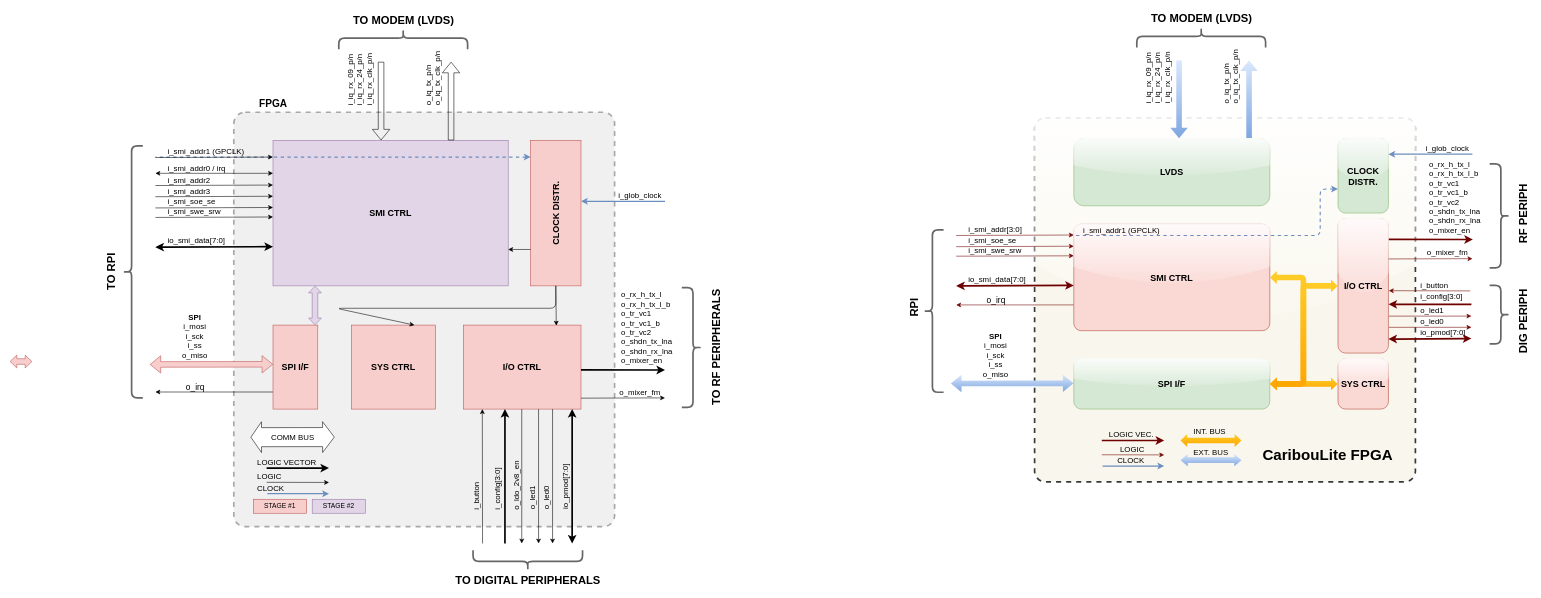
Earlier version of the draw.io diagram page "Internal Blocks" (2 of 3) of docs/fpga/FPGA_diagram.drawio (cariboulabs/cariboulite). Source tidied: cells renumbered, new cells numbered last; positions are measured from the earlier drawing's top-left corner, leaving out a move shared by most shapes. Both pictures are drawn from the tidied source at 56%, with x=0, y=0 at pixel (10, -27).
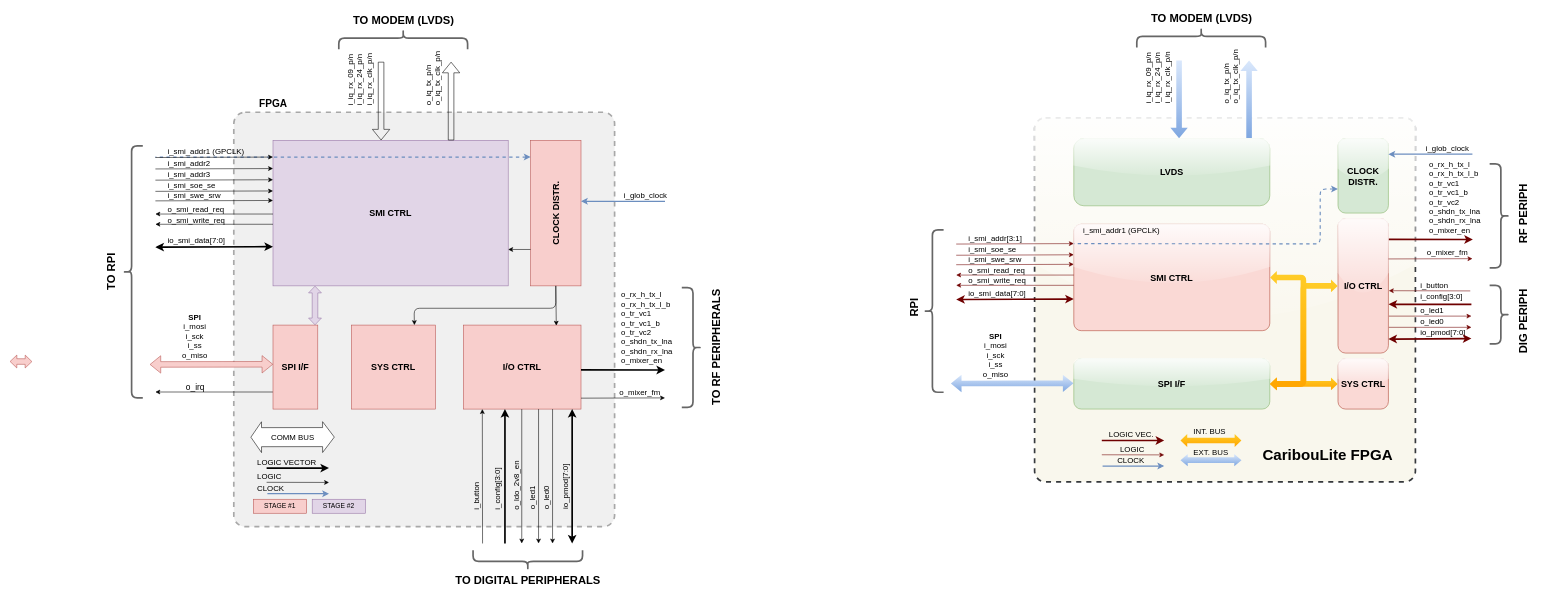
After the change.

Unchanged cells that the change refers to:
```xml
<mxCell id="4" value="&lt;font style=&quot;font-size: 16px&quot;&gt;SYS CTRL&lt;/font&gt;" style="rounded=0;whiteSpace=wrap;html=1;fontSize=14;labelBackgroundColor=none;fontStyle=1;fillColor=#f8cecc;strokeColor=#b85450;" parent="1" vertex="1">
  <mxGeometry x="610" y="628" width="150" height="150" as="geometry" />
</mxCell>
<mxCell id="18" value="&lt;span style=&quot;font-size: 16px&quot;&gt;CLOCK DISTR.&lt;/span&gt;" style="rounded=0;whiteSpace=wrap;html=1;fontSize=14;labelBackgroundColor=none;horizontal=0;fontStyle=1;fillColor=#f8cecc;strokeColor=#b85450;" parent="1" vertex="1">
  <mxGeometry x="930" y="298" width="90" height="260" as="geometry" />
</mxCell>
<mxCell id="85" value="&lt;span style=&quot;font-size: 16px&quot;&gt;CLOCK DISTR.&lt;/span&gt;" style="rounded=1;whiteSpace=wrap;html=1;fontSize=14;labelBackgroundColor=none;horizontal=1;fontStyle=1;fillColor=#d5e8d4;strokeColor=#82b366;glass=1;" parent="1" vertex="1">
  <mxGeometry x="2371.8" y="295" width="90" height="133" as="geometry" />
</mxCell>
<mxCell id="121" value="&lt;font style=&quot;font-size: 16px&quot;&gt;SMI CTRL&lt;/font&gt;" style="rounded=1;whiteSpace=wrap;html=1;fontSize=14;labelBackgroundColor=none;fontStyle=1;fillColor=#fad9d5;strokeColor=#ae4132;glass=1;arcSize=7;" parent="1" vertex="1">
  <mxGeometry x="1900" y="448" width="350" height="190" as="geometry" />
</mxCell>
```

What changed in the source:
```diff
@@
     <mxCell id="20" value="i_glob_clock" style="text;html=1;align=center;verticalAlign=middle;fontSize=14;labelBackgroundColor=none;" parent="1" vertex="1">
-      <mxGeometry x="1080" y="386" width="90" height="20" as="geometry" />
+      <mxGeometry x="1090" y="385.5" width="90" height="20" as="geometry" />
     </mxCell>
@@
-    <mxCell id="26" value="&lt;span style=&quot;color: rgb(0 , 0 , 0) ; font-family: &amp;#34;helvetica&amp;#34; ; font-size: 14px ; font-style: normal ; font-weight: 400 ; letter-spacing: normal ; text-align: center ; text-indent: 0px ; text-transform: none ; word-spacing: 0px ; display: inline ; float: none&quot;&gt;i_smi_addr0 / irq&lt;/span&gt;" style="text;whiteSpace=wrap;html=1;fontSize=14;labelBackgroundColor=none;" parent="1" vertex="1">
-      <mxGeometry x="280" y="333" width="130" height="14.5" as="geometry" />
+    <mxCell id="26" value="&lt;span style=&quot;color: rgb(0 , 0 , 0) ; font-family: &amp;#34;helvetica&amp;#34; ; font-size: 14px ; font-style: normal ; font-weight: 400 ; letter-spacing: normal ; text-align: center ; text-indent: 0px ; text-transform: none ; word-spacing: 0px ; display: inline ; float: none&quot;&gt;o_smi_read_req&lt;/span&gt;" style="text;whiteSpace=wrap;html=1;fontSize=14;labelBackgroundColor=none;" parent="1" vertex="1">
+      <mxGeometry x="280" y="405.5" width="130" height="22.2" as="geometry" />
     </mxCell>
     <mxCell id="27" value="&lt;span style=&quot;color: rgb(0, 0, 0); font-family: helvetica; font-size: 14px; font-style: normal; font-weight: 400; letter-spacing: normal; text-align: center; text-indent: 0px; text-transform: none; word-spacing: 0px; display: inline; float: none;&quot;&gt;i_smi_addr2&lt;/span&gt;" style="text;whiteSpace=wrap;html=1;fontSize=14;labelBackgroundColor=none;" parent="1" vertex="1">
-      <mxGeometry x="280" y="353.5" width="130" height="21" as="geometry" />
+      <mxGeometry x="280" y="324" width="130" height="21" as="geometry" />
     </mxCell>
     <mxCell id="28" value="&lt;span style=&quot;color: rgb(0, 0, 0); font-family: helvetica; font-size: 14px; font-style: normal; font-weight: 400; letter-spacing: normal; text-align: center; text-indent: 0px; text-transform: none; word-spacing: 0px; display: inline; float: none;&quot;&gt;i_smi_addr3&lt;/span&gt;" style="text;whiteSpace=wrap;html=1;fontSize=14;labelBackgroundColor=none;" parent="1" vertex="1">
-      <mxGeometry x="280" y="373.5" width="130" height="21" as="geometry" />
+      <mxGeometry x="280" y="344" width="130" height="21" as="geometry" />
     </mxCell>
     <mxCell id="29" value="i_smi_swe_srw" style="text;html=1;align=left;verticalAlign=middle;fontSize=14;labelBackgroundColor=none;" parent="1" vertex="1">
-      <mxGeometry x="280" y="415" width="110" height="20" as="geometry" />
+      <mxGeometry x="280" y="385.5" width="110" height="20" as="geometry" />
     </mxCell>
     <mxCell id="30" value="i_smi_soe_se" style="text;html=1;align=left;verticalAlign=middle;fontSize=14;labelBackgroundColor=none;" parent="1" vertex="1">
-      <mxGeometry x="280" y="398" width="100" height="20" as="geometry" />
+      <mxGeometry x="280" y="368.5" width="100" height="20" as="geometry" />
     </mxCell>
@@
-    <mxCell id="34" style="endArrow=classic;html=1;startArrow=classic;startFill=1;endFill=1;fontSize=14;labelBackgroundColor=none;" parent="1" edge="1">
+    <mxCell id="34" style="endArrow=classic;html=1;startArrow=none;startFill=0;endFill=1;fontSize=14;labelBackgroundColor=none;" parent="1" edge="1">
       <mxGeometry relative="1" as="geometry">
-        <mxPoint x="470" y="357" as="sourcePoint" />
-        <mxPoint x="260" y="357" as="targetPoint" />
+        <mxPoint x="470" y="429.7" as="sourcePoint" />
+        <mxPoint x="260" y="429.7" as="targetPoint" />
       </mxGeometry>
     </mxCell>
     <mxCell id="35" style="endArrow=none;html=1;startArrow=classic;startFill=1;endFill=0;entryX=0;entryY=0.25;entryDx=0;entryDy=0;fontSize=14;labelBackgroundColor=none;" parent="1" edge="1">
       <mxGeometry relative="1" as="geometry">
-        <mxPoint x="470" y="378" as="sourcePoint" />
-        <mxPoint x="260" y="378.8" as="targetPoint" />
+        <mxPoint x="470" y="348.5" as="sourcePoint" />
+        <mxPoint x="260" y="349.2" as="targetPoint" />
       </mxGeometry>
     </mxCell>
     <mxCell id="36" style="endArrow=none;html=1;startArrow=classic;startFill=1;endFill=0;entryX=0;entryY=0.25;entryDx=0;entryDy=0;fontSize=14;labelBackgroundColor=none;" parent="1" edge="1">
       <mxGeometry relative="1" as="geometry">
-        <mxPoint x="470" y="398" as="sourcePoint" />
-        <mxPoint x="260" y="398.8" as="targetPoint" />
+        <mxPoint x="470" y="368.5" as="sourcePoint" />
+        <mxPoint x="260" y="369.2" as="targetPoint" />
       </mxGeometry>
     </mxCell>
     <mxCell id="37" style="endArrow=none;html=1;startArrow=classic;startFill=1;endFill=0;entryX=0;entryY=0.25;entryDx=0;entryDy=0;fontSize=14;labelBackgroundColor=none;" parent="1" edge="1">
       <mxGeometry relative="1" as="geometry">
-        <mxPoint x="470" y="418" as="sourcePoint" />
-        <mxPoint x="260" y="418.8" as="targetPoint" />
+        <mxPoint x="470" y="388.5" as="sourcePoint" />
+        <mxPoint x="260" y="389.2" as="targetPoint" />
       </mxGeometry>
     </mxCell>
     <mxCell id="38" style="endArrow=none;html=1;startArrow=classic;startFill=1;endFill=0;entryX=0;entryY=0.25;entryDx=0;entryDy=0;fontSize=14;labelBackgroundColor=none;" parent="1" edge="1">
       <mxGeometry relative="1" as="geometry">
-        <mxPoint x="470" y="435" as="sourcePoint" />
-        <mxPoint x="260" y="435.8" as="targetPoint" />
+        <mxPoint x="470" y="405.5" as="sourcePoint" />
+        <mxPoint x="260" y="406.2" as="targetPoint" />
       </mxGeometry>
     </mxCell>
@@
     <mxCell id="67" style="endArrow=classic;html=1;strokeWidth=1;fontSize=14;labelBackgroundColor=none;exitX=0.5;exitY=1;exitDx=0;exitDy=0;entryX=0.75;entryY=0;entryDx=0;entryDy=0;" parent="1" edge="1" source="18" target="4">
       <mxGeometry relative="1" as="geometry">
         <Array as="points">
           <mxPoint x="975" y="598" />
-          <mxPoint x="583" y="598" />
+          <mxPoint x="722" y="598" />
         </Array>
       </mxGeometry>
     </mxCell>
@@
-    <mxCell id="90" value="&lt;span style=&quot;color: rgb(0 , 0 , 0) ; font-family: &amp;#34;helvetica&amp;#34; ; font-size: 14px ; font-style: normal ; font-weight: 400 ; letter-spacing: normal ; text-align: center ; text-indent: 0px ; text-transform: none ; word-spacing: 0px ; display: inline ; float: none&quot;&gt;i_smi_addr[3:0]&lt;/span&gt;" style="text;whiteSpace=wrap;html=1;fontSize=14;labelBackgroundColor=none;" parent="1" vertex="1">
-      <mxGeometry x="1710" y="442.8" width="130" height="21" as="geometry" />
+    <mxCell id="90" value="&lt;span style=&quot;color: rgb(0 , 0 , 0) ; font-family: &amp;#34;helvetica&amp;#34; ; font-size: 14px ; font-style: normal ; font-weight: 400 ; letter-spacing: normal ; text-align: center ; text-indent: 0px ; text-transform: none ; word-spacing: 0px ; display: inline ; float: none&quot;&gt;i_smi_addr[3:1]&lt;/span&gt;" style="text;whiteSpace=wrap;html=1;fontSize=14;labelBackgroundColor=none;" parent="1" vertex="1">
+      <mxGeometry x="1710" y="458" width="130" height="21" as="geometry" />
     </mxCell>
     <mxCell id="91" value="i_smi_swe_srw" style="text;html=1;align=left;verticalAlign=middle;fontSize=14;labelBackgroundColor=none;" parent="1" vertex="1">
-      <mxGeometry x="1710" y="484.2" width="110" height="20" as="geometry" />
+      <mxGeometry x="1710" y="499.5" width="110" height="20" as="geometry" />
     </mxCell>
     <mxCell id="92" value="i_smi_soe_se" style="text;html=1;align=left;verticalAlign=middle;fontSize=14;labelBackgroundColor=none;" parent="1" vertex="1">
-      <mxGeometry x="1710" y="467.2" width="100" height="20" as="geometry" />
+      <mxGeometry x="1710" y="482.5" width="100" height="20" as="geometry" />
     </mxCell>
     <mxCell id="93" value="io_smi_data[7:0]" style="text;html=1;align=left;verticalAlign=middle;fontSize=14;labelBackgroundColor=none;" parent="1" vertex="1">
-      <mxGeometry x="1710" y="536.2" width="120" height="20" as="geometry" />
+      <mxGeometry x="1710" y="560.5" width="120" height="20" as="geometry" />
     </mxCell>
@@
     <mxCell id="96" style="endArrow=none;html=1;startArrow=classic;startFill=1;endFill=0;entryX=0;entryY=0.25;entryDx=0;entryDy=0;fontSize=14;labelBackgroundColor=none;fillColor=#a20025;strokeColor=#6F0000;" parent="1" edge="1">
       <mxGeometry relative="1" as="geometry">
-        <mxPoint x="1900" y="467.2" as="sourcePoint" />
-        <mxPoint x="1690" y="468" as="targetPoint" />
+        <mxPoint x="1900" y="482.5" as="sourcePoint" />
+        <mxPoint x="1690" y="483.3" as="targetPoint" />
       </mxGeometry>
     </mxCell>
     <mxCell id="97" style="endArrow=none;html=1;startArrow=classic;startFill=1;endFill=0;entryX=0;entryY=0.25;entryDx=0;entryDy=0;fontSize=14;labelBackgroundColor=none;fillColor=#a20025;strokeColor=#6F0000;" parent="1" edge="1">
       <mxGeometry relative="1" as="geometry">
-        <mxPoint x="1900" y="487.2" as="sourcePoint" />
-        <mxPoint x="1690" y="488" as="targetPoint" />
+        <mxPoint x="1900" y="502.5" as="sourcePoint" />
+        <mxPoint x="1690" y="503.3" as="targetPoint" />
       </mxGeometry>
     </mxCell>
     <mxCell id="98" style="endArrow=none;html=1;startArrow=classic;startFill=1;endFill=0;entryX=0;entryY=0.25;entryDx=0;entryDy=0;fontSize=14;labelBackgroundColor=none;fillColor=#a20025;strokeColor=#6F0000;" parent="1" edge="1">
       <mxGeometry relative="1" as="geometry">
-        <mxPoint x="1900" y="504.3" as="sourcePoint" />
-        <mxPoint x="1690" y="505" as="targetPoint" />
+        <mxPoint x="1900" y="519.5" as="sourcePoint" />
+        <mxPoint x="1690" y="520.2" as="targetPoint" />
       </mxGeometry>
     </mxCell>
     <mxCell id="99" style="endArrow=classic;html=1;startArrow=classic;startFill=1;endFill=1;entryX=0;entryY=0.25;entryDx=0;entryDy=0;fontSize=14;strokeWidth=3;labelBackgroundColor=none;fillColor=#a20025;strokeColor=#6F0000;" parent="1" edge="1">
       <mxGeometry relative="1" as="geometry">
-        <mxPoint x="1900" y="557.2" as="sourcePoint" />
-        <mxPoint x="1690" y="558" as="targetPoint" />
+        <mxPoint x="1900" y="581.5" as="sourcePoint" />
+        <mxPoint x="1690" y="582.3" as="targetPoint" />
       </mxGeometry>
     </mxCell>
@@
-    <mxCell id="117" style="endArrow=classic;html=1;startArrow=none;startFill=0;endFill=1;fontSize=14;labelBackgroundColor=none;fillColor=#a20025;strokeColor=#6F0000;" parent="1" edge="1">
-      <mxGeometry relative="1" as="geometry">
-        <mxPoint x="1900" y="592" as="sourcePoint" />
-        <mxPoint x="1690" y="592" as="targetPoint" />
-      </mxGeometry>
-    </mxCell>
-    <mxCell id="118" value="o_irq" style="edgeLabel;html=1;align=center;verticalAlign=middle;fontSize=15;labelBackgroundColor=none;" parent="117" vertex="1">
-      <mxGeometry x="-0.2" y="2" relative="1" as="geometry">
-        <mxPoint x="-56" y="-11.5" as="offset" />
-      </mxGeometry>
-    </mxCell>
@@
-    <mxCell id="123" style="endArrow=none;html=1;startArrow=classic;startFill=1;endFill=0;fillColor=#dae8fc;strokeColor=#6c8ebf;strokeWidth=2;fontSize=14;labelBackgroundColor=none;dashed=1;exitX=-0.002;exitY=0.677;exitDx=0;exitDy=0;entryX=-0.002;entryY=0.105;entryDx=0;entryDy=0;entryPerimeter=0;exitPerimeter=0;" parent="1" edge="1" source="85" target="121">
+    <mxCell id="123" style="endArrow=none;html=1;startArrow=classic;startFill=1;endFill=0;fillColor=#dae8fc;strokeColor=#6c8ebf;strokeWidth=2;fontSize=14;labelBackgroundColor=none;dashed=1;exitX=-0.002;exitY=0.677;exitDx=0;exitDy=0;entryX=0;entryY=0.182;entryDx=0;entryDy=0;entryPerimeter=0;exitPerimeter=0;" parent="1" edge="1" source="85" target="121">
       <mxGeometry relative="1" as="geometry">
         <Array as="points">
           <mxPoint x="2340" y="385" />
-          <mxPoint x="2340" y="468" />
+          <mxPoint x="2340" y="483" />
         </Array>
       </mxGeometry>
     </mxCell>
@@
+    <mxCell id="136" style="endArrow=classic;html=1;startArrow=none;startFill=0;endFill=1;fontSize=14;labelBackgroundColor=none;" parent="1" edge="1">
+      <mxGeometry relative="1" as="geometry">
+        <mxPoint x="470" y="448" as="sourcePoint" />
+        <mxPoint x="260" y="448" as="targetPoint" />
+      </mxGeometry>
+    </mxCell>
+    <mxCell id="137" value="&lt;span style=&quot;color: rgb(0 , 0 , 0) ; font-family: &amp;#34;helvetica&amp;#34; ; font-size: 14px ; font-style: normal ; font-weight: 400 ; letter-spacing: normal ; text-align: center ; text-indent: 0px ; text-transform: none ; word-spacing: 0px ; display: inline ; float: none&quot;&gt;o_smi_write_req&lt;/span&gt;" style="text;whiteSpace=wrap;html=1;fontSize=14;labelBackgroundColor=none;" parent="1" vertex="1">
+      <mxGeometry x="280" y="425.8" width="130" height="22.2" as="geometry" />
+    </mxCell>
+    <mxCell id="138" style="endArrow=classic;html=1;startArrow=none;startFill=0;endFill=1;fontSize=14;labelBackgroundColor=none;fillColor=#a20025;strokeColor=#6F0000;" parent="1" edge="1">
+      <mxGeometry relative="1" as="geometry">
+        <mxPoint x="1900" y="538.7" as="sourcePoint" />
+        <mxPoint x="1690" y="538.7" as="targetPoint" />
+      </mxGeometry>
+    </mxCell>
+    <mxCell id="139" style="endArrow=classic;html=1;startArrow=none;startFill=0;endFill=1;fontSize=14;labelBackgroundColor=none;fillColor=#a20025;strokeColor=#6F0000;" parent="1" edge="1">
+      <mxGeometry relative="1" as="geometry">
+        <mxPoint x="1900" y="557" as="sourcePoint" />
+        <mxPoint x="1690" y="557" as="targetPoint" />
+      </mxGeometry>
+    </mxCell>
+    <mxCell id="140" value="&lt;span style=&quot;color: rgb(0 , 0 , 0) ; font-family: &amp;#34;helvetica&amp;#34; ; font-size: 14px ; font-style: normal ; font-weight: 400 ; letter-spacing: normal ; text-align: center ; text-indent: 0px ; text-transform: none ; word-spacing: 0px ; display: inline ; float: none&quot;&gt;o_smi_write_req&lt;/span&gt;" style="text;whiteSpace=wrap;html=1;fontSize=14;labelBackgroundColor=none;" parent="1" vertex="1">
+      <mxGeometry x="1710" y="533.2" width="130" height="22.2" as="geometry" />
+    </mxCell>
+    <mxCell id="141" value="&lt;span style=&quot;color: rgb(0 , 0 , 0) ; font-family: &amp;#34;helvetica&amp;#34; ; font-size: 14px ; font-style: normal ; font-weight: 400 ; letter-spacing: normal ; text-align: center ; text-indent: 0px ; text-transform: none ; word-spacing: 0px ; display: inline ; float: none&quot;&gt;o_smi_read_req&lt;/span&gt;" style="text;whiteSpace=wrap;html=1;fontSize=14;labelBackgroundColor=none;" parent="1" vertex="1">
+      <mxGeometry x="1710" y="515" width="130" height="22.2" as="geometry" />
+    </mxCell>
```
